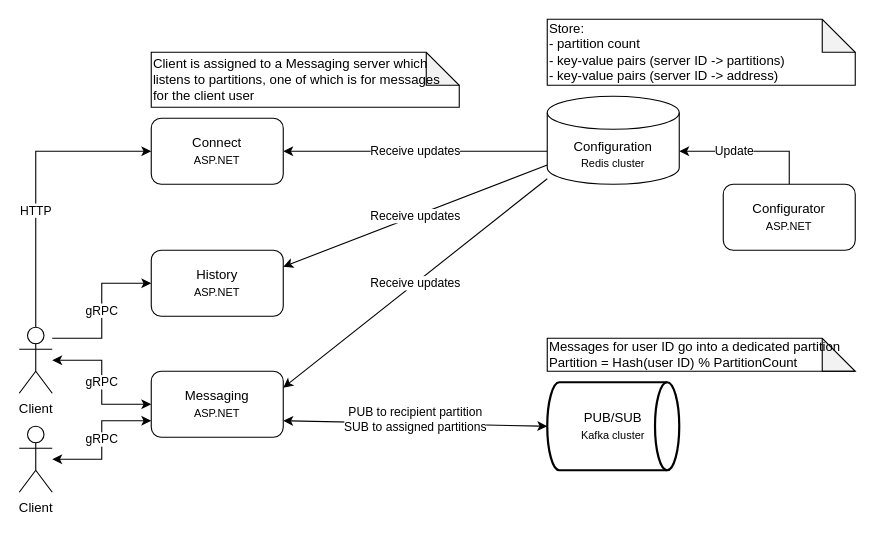
This is docs/cecochat-05-configuration.drawio from cvetomir-todorov/CecoChat, a draw.io file, before an edit. Source tidied: cells renumbered, new cells numbered last; positions are measured from the earlier drawing's top-left corner, leaving out a move shared by most shapes. Both pictures are drawn from the tidied source at 110%, with x=0, y=0 at pixel (19, 19).
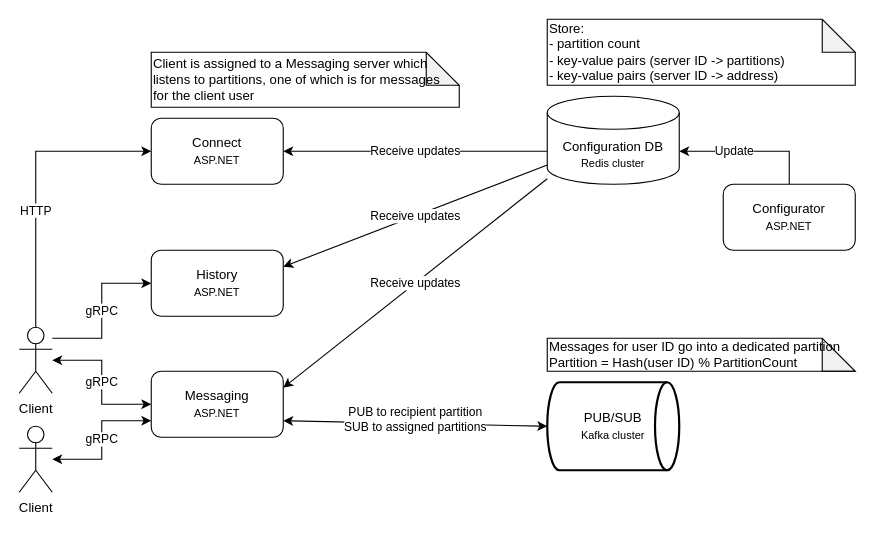
After the change.

Diff of the diagram source:
```diff
@@
-    <mxCell id="16" value="Configuration&lt;br&gt;&lt;font style=&quot;font-size: 10px&quot;&gt;Redis cluster&lt;/font&gt;" style="shape=cylinder3;whiteSpace=wrap;html=1;boundedLbl=1;backgroundOutline=1;size=15;" parent="1" vertex="1">
+    <mxCell id="16" value="Configuration DB&lt;br&gt;&lt;font style=&quot;font-size: 10px&quot;&gt;Redis cluster&lt;/font&gt;" style="shape=cylinder3;whiteSpace=wrap;html=1;boundedLbl=1;backgroundOutline=1;size=15;" parent="1" vertex="1">
       <mxGeometry x="480" y="70" width="120" height="80" as="geometry" />
     </mxCell>
```
